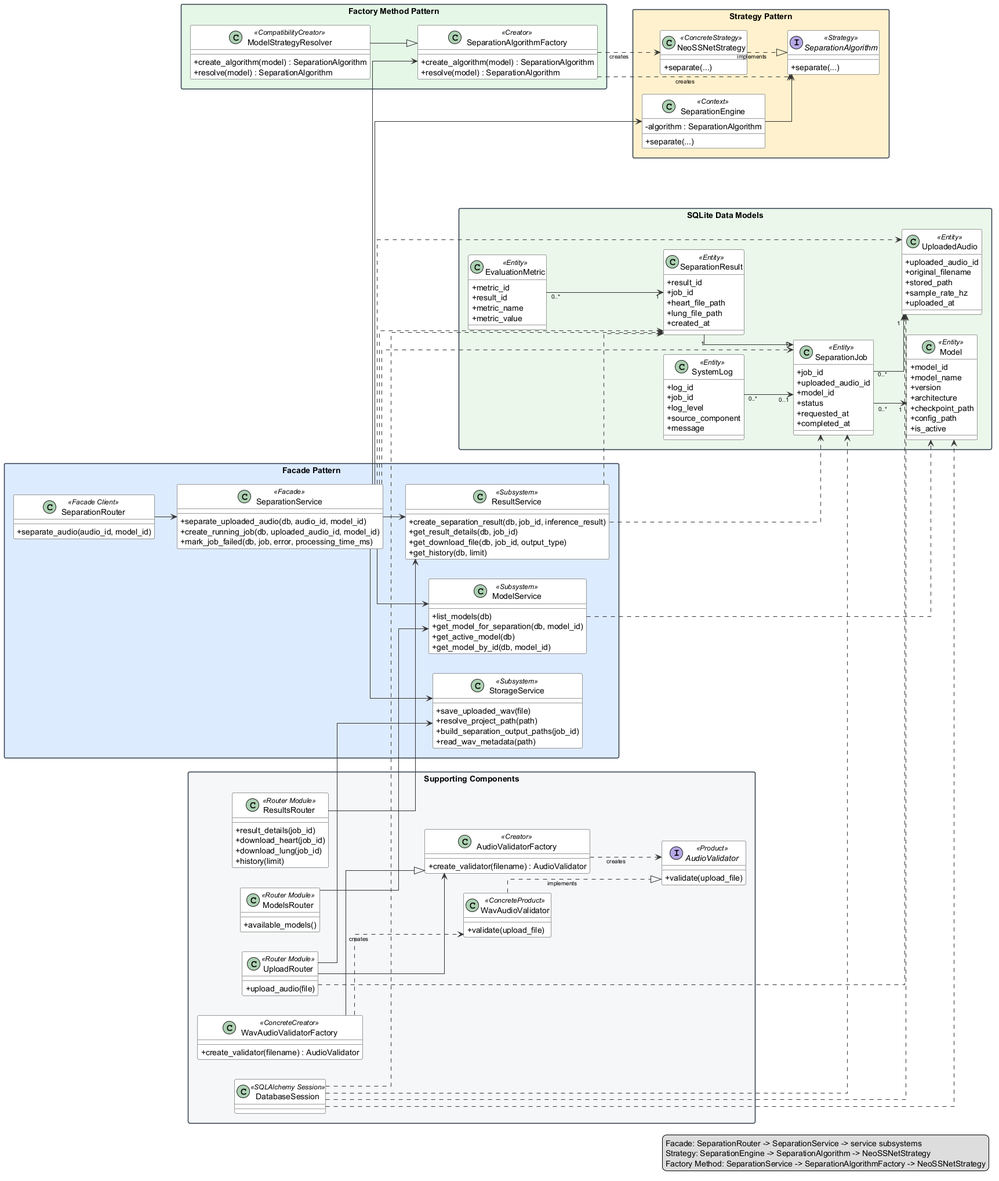
Earlier version of the PlantUML export docs/software_design_report/diagrams/img/overall_class_diagram.png (ASHRAF-2004/Machine-Learning-Based-System-for-Cardiopulmonary-Sound-Separation). Its diagram source:
```plantuml
@startuml

left to right direction
skinparam classAttributeIconSize 0
skinparam linetype ortho
skinparam shadowing false
skinparam packageStyle rectangle
skinparam nodesep 34
skinparam ranksep 38
skinparam ArrowFontSize 10
skinparam class {
  BackgroundColor #FFFFFF
  BorderColor #333333
  ArrowColor #333333
}
skinparam package {
  BorderColor #2F3A4A
  FontStyle bold
}

package "Facade Pattern" as FacadePkg #DCEBFF {
  class SeparationRouter <<Facade Client>> {
    +separate_audio(audio_id, model_id)
  }

  class SeparationService <<Facade>> {
    +separate_uploaded_audio(db, audio_id, model_id)
    +create_running_job(db, uploaded_audio_id, model_id)
    +mark_job_failed(db, job, error, processing_time_ms)
  }

  class ModelService <<Subsystem>> {
    +list_models(db)
    +get_model_for_separation(db, model_id)
    +get_active_model(db)
    +get_model_by_id(db, model_id)
  }

  class StorageService <<Subsystem>> {
    +save_uploaded_wav(file)
    +resolve_project_path(path)
    +build_separation_output_paths(job_id)
    +read_wav_metadata(path)
  }

  class ResultService <<Subsystem>> {
    +create_separation_result(db, job_id, inference_result)
    +get_result_details(db, job_id)
    +get_download_file(db, job_id, output_type)
    +get_history(db, limit)
  }
}

package "Strategy Pattern" as StrategyPkg #FFF1CC {
  class SeparationEngine <<Context>> {
    -algorithm : SeparationAlgorithm
    +separate(...)
  }

  interface SeparationAlgorithm <<Strategy>> {
    +separate(...)
  }

  class NeoSSNetStrategy <<ConcreteStrategy>> {
    +separate(...)
  }
}

package "Factory Method Pattern" as FactoryPkg #E4F7E7 {
  class SeparationAlgorithmFactory <<Creator>> {
    +create_algorithm(model) : SeparationAlgorithm
    +resolve(model) : SeparationAlgorithm
  }

  class ModelStrategyResolver <<CompatibilityCreator>> {
    +create_algorithm(model) : SeparationAlgorithm
    +resolve(model) : SeparationAlgorithm
  }
}

package "Supporting Components" as SupportPkg #F4F6F8 {
  class ModelsRouter <<Router Module>> {
    +available_models()
  }

  class ResultsRouter <<Router Module>> {
    +result_details(job_id)
    +download_heart(job_id)
    +download_lung(job_id)
    +history(limit)
  }

  class DatabaseSession <<SQLAlchemy Session>>

  class UploadRouter <<Router Module>> {
    +upload_audio(file)
  }

  class AudioValidatorFactory <<Creator>> {
    +create_validator(filename) : AudioValidator
  }

  class WavAudioValidatorFactory <<ConcreteCreator>> {
    +create_validator(filename) : AudioValidator
  }

  interface AudioValidator <<Product>> {
    +validate(upload_file)
  }

  class WavAudioValidator <<ConcreteProduct>> {
    +validate(upload_file)
  }
}

package "SQLite Data Models" as DataPkg #EAF7EA {
  class UploadedAudio <<Entity>> {
    +uploaded_audio_id
    +original_filename
    +stored_path
    +sample_rate_hz
    +uploaded_at
  }

  class Model <<Entity>> {
    +model_id
    +model_name
    +version
    +architecture
    +checkpoint_path
    +config_path
    +is_active
  }

  class SeparationJob <<Entity>> {
    +job_id
    +uploaded_audio_id
    +model_id
    +status
    +requested_at
    +completed_at
  }

  class SeparationResult <<Entity>> {
    +result_id
    +job_id
    +heart_file_path
    +lung_file_path
    +created_at
  }

  class EvaluationMetric <<Entity>> {
    +metric_id
    +result_id
    +metric_name
    +metric_value
  }

  class SystemLog <<Entity>> {
    +log_id
    +job_id
    +log_level
    +source_component
    +message
  }
}

UploadRouter --> AudioValidatorFactory
WavAudioValidatorFactory --|> AudioValidatorFactory
AudioValidatorFactory ..> AudioValidator : creates
WavAudioValidatorFactory ..> WavAudioValidator : creates
WavAudioValidator ..|> AudioValidator : implements
UploadRouter --> StorageService
UploadRouter ..> UploadedAudio

SeparationRouter --> SeparationService
SeparationService --> ModelService
SeparationService --> StorageService
SeparationService --> ResultService
SeparationService --> SeparationAlgorithmFactory
SeparationService --> SeparationEngine
SeparationService ..> UploadedAudio
SeparationService ..> SeparationJob
SeparationService ..> SeparationResult

SeparationEngine --> SeparationAlgorithm
NeoSSNetStrategy ..|> SeparationAlgorithm : implements
ModelStrategyResolver --|> SeparationAlgorithmFactory
SeparationAlgorithmFactory ..> SeparationAlgorithm : creates
SeparationAlgorithmFactory ..> NeoSSNetStrategy : creates

ModelsRouter --> ModelService
ResultsRouter --> ResultService
ModelService ..> Model
ResultService ..> SeparationResult
ResultService ..> SeparationJob

DatabaseSession ..> UploadedAudio
DatabaseSession ..> Model
DatabaseSession ..> SeparationJob
DatabaseSession ..> SeparationResult

SeparationJob "0..*" --> "1" UploadedAudio
SeparationJob "0..*" --> "1" Model
SeparationResult "1" --> "1" SeparationJob
EvaluationMetric "0..*" --> "1" SeparationResult
SystemLog "0..*" --> "0..1" SeparationJob

legend right
  Facade: SeparationRouter -> SeparationService -> service subsystems
  Strategy: SeparationEngine -> SeparationAlgorithm -> NeoSSNetStrategy
  Factory Method: SeparationService -> SeparationAlgorithmFactory -> NeoSSNetStrategy
endlegend

@enduml
```
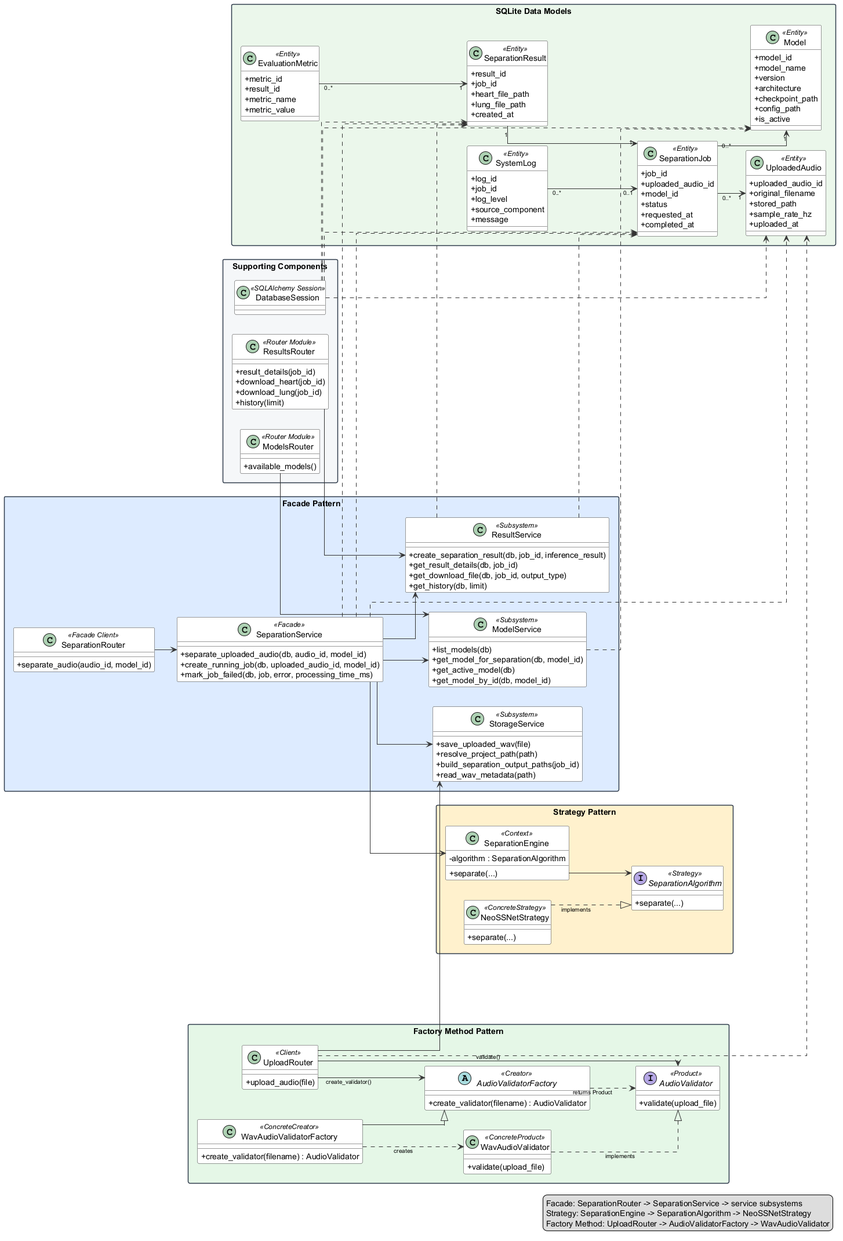
After the change.

Change to the diagram source:
```diff
@@ -67,14 +67,24 @@
 }
 
 package "Factory Method Pattern" as FactoryPkg #E4F7E7 {
-  class SeparationAlgorithmFactory <<Creator>> {
-    +create_algorithm(model) : SeparationAlgorithm
-    +resolve(model) : SeparationAlgorithm
+  class UploadRouter <<Client>> {
+    +upload_audio(file)
   }
 
-  class ModelStrategyResolver <<CompatibilityCreator>> {
-    +create_algorithm(model) : SeparationAlgorithm
-    +resolve(model) : SeparationAlgorithm
+  abstract class AudioValidatorFactory <<Creator>> {
+    +create_validator(filename) : AudioValidator
+  }
+
+  class WavAudioValidatorFactory <<ConcreteCreator>> {
+    +create_validator(filename) : AudioValidator
+  }
+
+  interface AudioValidator <<Product>> {
+    +validate(upload_file)
+  }
+
+  class WavAudioValidator <<ConcreteProduct>> {
+    +validate(upload_file)
   }
 }
 
@@ -91,26 +101,6 @@
   }
 
   class DatabaseSession <<SQLAlchemy Session>>
-
-  class UploadRouter <<Router Module>> {
-    +upload_audio(file)
-  }
-
-  class AudioValidatorFactory <<Creator>> {
-    +create_validator(filename) : AudioValidator
-  }
-
-  class WavAudioValidatorFactory <<ConcreteCreator>> {
-    +create_validator(filename) : AudioValidator
-  }
-
-  interface AudioValidator <<Product>> {
-    +validate(upload_file)
-  }
-
-  class WavAudioValidator <<ConcreteProduct>> {
-    +validate(upload_file)
-  }
 }
 
 package "SQLite Data Models" as DataPkg #EAF7EA {
@@ -165,11 +155,12 @@
   }
 }
 
-UploadRouter --> AudioValidatorFactory
+UploadRouter --> AudioValidatorFactory : create_validator()
 WavAudioValidatorFactory --|> AudioValidatorFactory
-AudioValidatorFactory ..> AudioValidator : creates
+AudioValidatorFactory ..> AudioValidator : returns Product
 WavAudioValidatorFactory ..> WavAudioValidator : creates
 WavAudioValidator ..|> AudioValidator : implements
+UploadRouter --> AudioValidator : validate()
 UploadRouter --> StorageService
 UploadRouter ..> UploadedAudio
 
@@ -177,7 +168,6 @@
 SeparationService --> ModelService
 SeparationService --> StorageService
 SeparationService --> ResultService
-SeparationService --> SeparationAlgorithmFactory
 SeparationService --> SeparationEngine
 SeparationService ..> UploadedAudio
 SeparationService ..> SeparationJob
@@ -185,9 +175,6 @@
 
 SeparationEngine --> SeparationAlgorithm
 NeoSSNetStrategy ..|> SeparationAlgorithm : implements
-ModelStrategyResolver --|> SeparationAlgorithmFactory
-SeparationAlgorithmFactory ..> SeparationAlgorithm : creates
-SeparationAlgorithmFactory ..> NeoSSNetStrategy : creates
 
 ModelsRouter --> ModelService
 ResultsRouter --> ResultService
@@ -209,7 +196,7 @@
 legend right
   Facade: SeparationRouter -> SeparationService -> service subsystems
   Strategy: SeparationEngine -> SeparationAlgorithm -> NeoSSNetStrategy
-  Factory Method: SeparationService -> SeparationAlgorithmFactory -> NeoSSNetStrategy
+  Factory Method: UploadRouter -> AudioValidatorFactory -> WavAudioValidator
 endlegend
 
 @enduml
```
